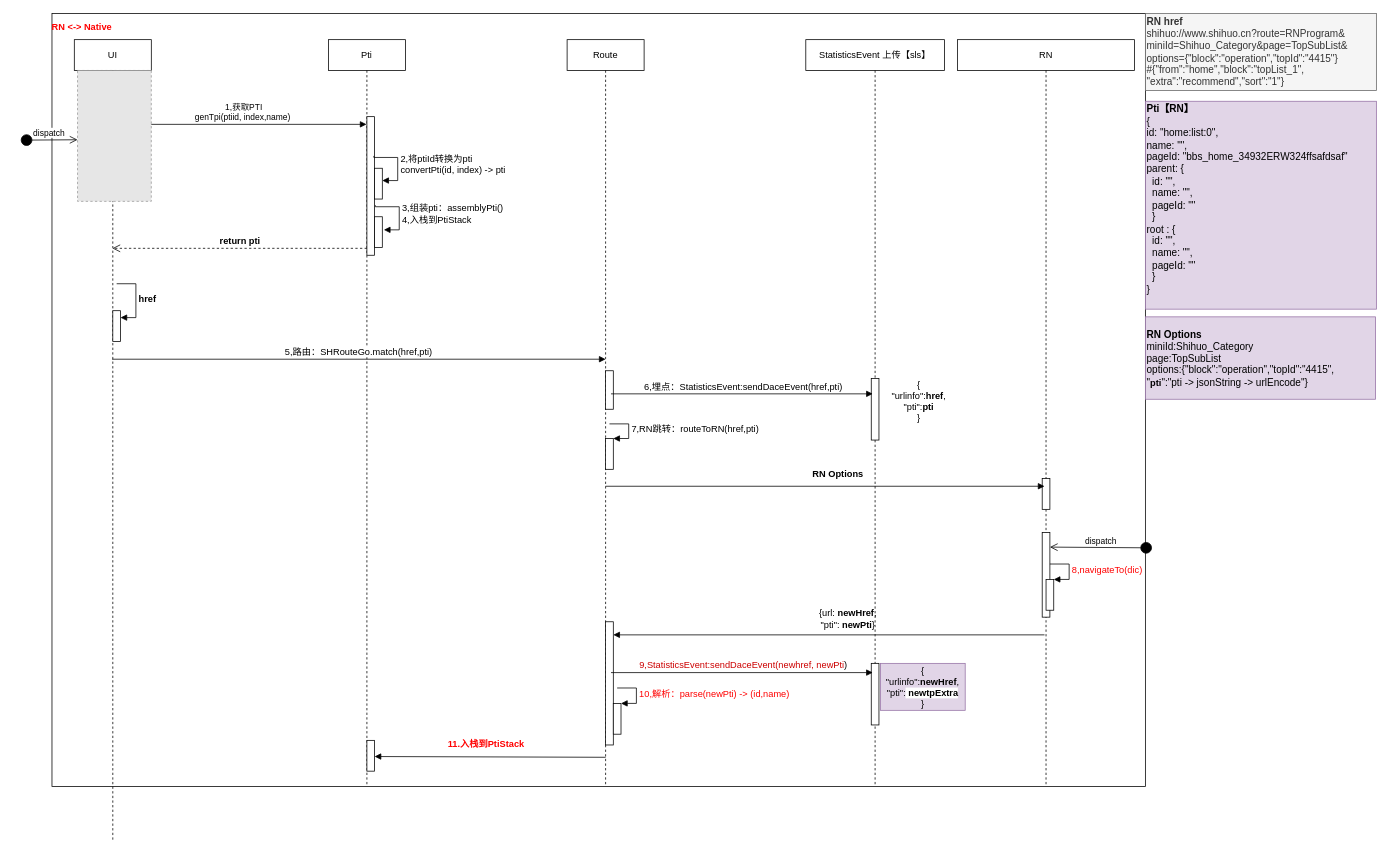
Above: ios客户端埋点方案V2-2.drawio in aiquantong/Hero (draw.io), before the change. Source tidied: cells renumbered, new cells numbered last; positions are measured from the earlier drawing's top-left corner, leaving out a move shared by most shapes. Both pictures are drawn from the tidied source at 77%, with x=0, y=0 at pixel (20, 13). Pictures stored in the file or linked from it are replaced by grey dashed boxes.
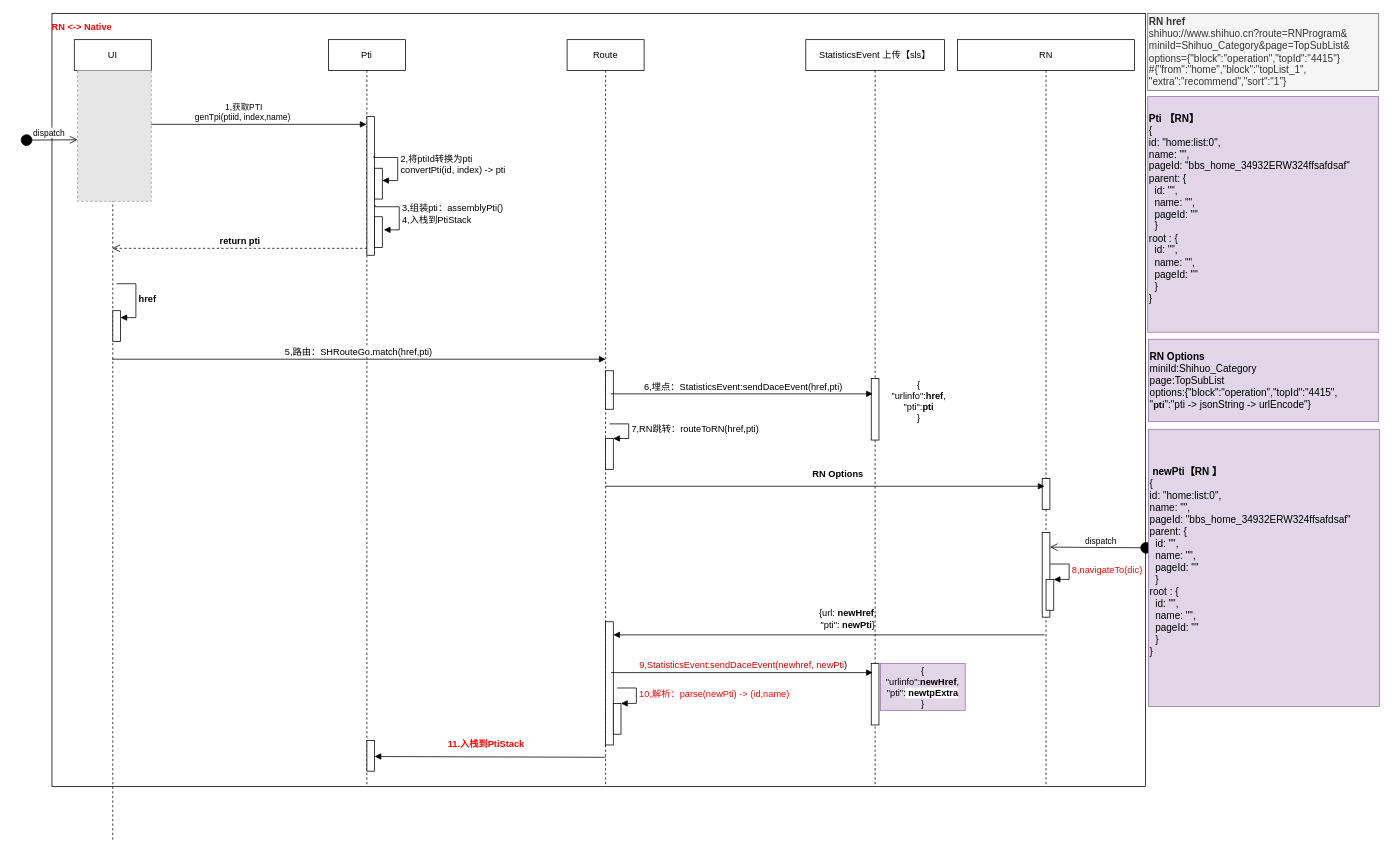
After the change.

Commit message:
Update ios客户端埋点方案V2-2.drawio

Diff of the diagram source:
```diff
@@
     <mxCell id="35" value="&lt;span style=&quot;font-size: 13px&quot;&gt;&lt;b style=&quot;font-size: 13px&quot;&gt;RN Options&lt;/b&gt;&lt;br style=&quot;font-size: 13px&quot;&gt;miniId:Shihuo_Category&lt;/span&gt;&lt;br style=&quot;padding: 0px ; margin: 0px ; font-size: 13px&quot;&gt;&lt;span style=&quot;font-size: 13px&quot;&gt;page:TopSubList&lt;/span&gt;&lt;br style=&quot;padding: 0px ; margin: 0px ; font-size: 13px&quot;&gt;&lt;span style=&quot;font-size: 13px&quot;&gt;options:{&quot;block&quot;:&quot;operation&quot;,&quot;topId&quot;:&quot;4415&quot;,&lt;/span&gt;&lt;br style=&quot;padding: 0px ; margin: 0px ; font-size: 13px&quot;&gt;&quot;&lt;font style=&quot;font-size: 12px&quot;&gt;&lt;b&gt;p&lt;/b&gt;&lt;b&gt;ti&lt;/b&gt;&lt;/font&gt;&lt;span style=&quot;font-size: 13px&quot;&gt;&quot;:&quot;pti -&amp;gt; jsonString -&amp;gt; urlEncode&lt;/span&gt;&lt;span style=&quot;font-size: 13px&quot;&gt;&quot;}&lt;/span&gt;" style="text;html=1;strokeColor=#9673a6;fillColor=#e1d5e7;align=left;verticalAlign=middle;whiteSpace=wrap;rounded=0;fontSize=13;" parent="1" vertex="1">
-      <mxGeometry x="1461" y="394" width="299" height="107" as="geometry" />
+      <mxGeometry x="1465" y="423" width="299" height="107" as="geometry" />
     </mxCell>
@@
     <mxCell id="45" value="&lt;span style=&quot;font-size: 13px;&quot;&gt;&lt;b style=&quot;font-size: 13px;&quot;&gt;RN href&lt;/b&gt;&lt;/span&gt;&lt;br style=&quot;padding: 0px; margin: 0px; font-size: 13px;&quot;&gt;&lt;span style=&quot;font-size: 13px;&quot;&gt;shihuo://www.shihuo.cn?route=RNProgram&amp;amp;&lt;/span&gt;&lt;br style=&quot;padding: 0px; margin: 0px; font-size: 13px;&quot;&gt;&lt;span style=&quot;font-size: 13px;&quot;&gt;miniId=Shihuo_Category&amp;amp;page=TopSubList&amp;amp;&lt;/span&gt;&lt;br style=&quot;padding: 0px; margin: 0px; font-size: 13px;&quot;&gt;&lt;span style=&quot;font-size: 13px;&quot;&gt;options={&quot;block&quot;:&quot;operation&quot;,&quot;topId&quot;:&quot;4415&quot;}&lt;/span&gt;&lt;br style=&quot;padding: 0px; margin: 0px; font-size: 13px;&quot;&gt;&lt;span style=&quot;font-size: 13px;&quot;&gt;#{&quot;from&quot;:&quot;home&quot;,&quot;block&quot;:&quot;topList_1&quot;,&lt;/span&gt;&lt;br style=&quot;padding: 0px; margin: 0px; font-size: 13px;&quot;&gt;&lt;span style=&quot;font-size: 13px;&quot;&gt;&quot;extra&quot;:&quot;recommend&quot;,&quot;sort&quot;:&quot;1&quot;}&lt;/span&gt;" style="rounded=0;whiteSpace=wrap;html=1;align=left;fillColor=#f5f5f5;strokeColor=#666666;fontColor=#333333;fontSize=13;" parent="1" vertex="1">
-      <mxGeometry x="1461" width="300" height="100" as="geometry" />
+      <mxGeometry x="1464" width="300" height="100" as="geometry" />
     </mxCell>
@@
-    <mxCell id="47" value="&lt;font style=&quot;font-size: 13px&quot;&gt;&lt;b&gt;Pti&lt;/b&gt;&lt;b&gt;【RN】&lt;br&gt;&lt;/b&gt;&lt;/font&gt;&lt;div style=&quot;font-size: 13px&quot;&gt;&lt;div&gt;&lt;font style=&quot;font-size: 13px&quot;&gt;{&lt;br&gt;&lt;/font&gt;&lt;/div&gt;&lt;div&gt;&lt;div&gt;&lt;font style=&quot;font-size: 13px&quot;&gt;id: &quot;home:list:0&quot;,&lt;/font&gt;&lt;/div&gt;&lt;div&gt;&lt;font style=&quot;font-size: 13px&quot;&gt;name: &quot;&quot;,&lt;/font&gt;&lt;/div&gt;&lt;div&gt;&lt;font style=&quot;font-size: 13px&quot;&gt;pageId: &quot;bbs_home_34932ERW324ffsafdsaf&quot;&lt;/font&gt;&lt;/div&gt;&lt;div&gt;&lt;font style=&quot;font-size: 13px&quot;&gt;parent: {&lt;/font&gt;&lt;/div&gt;&lt;div&gt;&lt;font style=&quot;font-size: 13px&quot;&gt;&amp;nbsp; id: &quot;&quot;,&lt;/font&gt;&lt;/div&gt;&lt;div&gt;&lt;font style=&quot;font-size: 13px&quot;&gt;&amp;nbsp; name: &quot;&quot;,&lt;/font&gt;&lt;/div&gt;&lt;div&gt;&lt;font style=&quot;font-size: 13px&quot;&gt;&amp;nbsp; pageId: &quot;&quot;&lt;/font&gt;&lt;/div&gt;&lt;div&gt;&lt;font style=&quot;font-size: 13px&quot;&gt;&amp;nbsp; }&lt;/font&gt;&lt;/div&gt;&lt;div&gt;&lt;font style=&quot;font-size: 13px&quot;&gt;root : {&lt;/font&gt;&lt;/div&gt;&lt;div&gt;&lt;div&gt;&lt;font style=&quot;font-size: 13px&quot;&gt;&amp;nbsp; id: &quot;&quot;,&lt;/font&gt;&lt;/div&gt;&lt;div&gt;&lt;font style=&quot;font-size: 13px&quot;&gt;&amp;nbsp; name: &quot;&quot;,&lt;/font&gt;&lt;/div&gt;&lt;div&gt;&lt;font style=&quot;font-size: 13px&quot;&gt;&amp;nbsp; pageId: &quot;&quot;&lt;/font&gt;&lt;/div&gt;&lt;/div&gt;&lt;div&gt;&lt;font style=&quot;font-size: 13px&quot;&gt;&amp;nbsp; }&lt;/font&gt;&lt;/div&gt;&lt;div&gt;&lt;font style=&quot;font-size: 13px&quot;&gt;}&lt;/font&gt;&lt;/div&gt;&lt;/div&gt;&lt;div&gt;&lt;br&gt;&lt;/div&gt;&lt;/div&gt;" style="text;html=1;strokeColor=#9673a6;fillColor=#e1d5e7;align=left;verticalAlign=middle;whiteSpace=wrap;rounded=0;fontSize=12;" parent="1" vertex="1">
-      <mxGeometry x="1461" y="114" width="300" height="270" as="geometry" />
+    <mxCell id="47" value="&lt;font style=&quot;font-size: 13px&quot;&gt;&lt;b&gt;Pti 【RN】&lt;/b&gt;&lt;b&gt;&lt;br&gt;&lt;/b&gt;&lt;/font&gt;&lt;div style=&quot;font-size: 13px&quot;&gt;&lt;div&gt;&lt;font style=&quot;font-size: 13px&quot;&gt;{&lt;br&gt;&lt;/font&gt;&lt;/div&gt;&lt;div&gt;&lt;div&gt;&lt;font style=&quot;font-size: 13px&quot;&gt;id: &quot;home:list:0&quot;,&lt;/font&gt;&lt;/div&gt;&lt;div&gt;&lt;font style=&quot;font-size: 13px&quot;&gt;name: &quot;&quot;,&lt;/font&gt;&lt;/div&gt;&lt;div&gt;&lt;font style=&quot;font-size: 13px&quot;&gt;pageId: &quot;bbs_home_34932ERW324ffsafdsaf&quot;&lt;/font&gt;&lt;/div&gt;&lt;div&gt;&lt;font style=&quot;font-size: 13px&quot;&gt;parent: {&lt;/font&gt;&lt;/div&gt;&lt;div&gt;&lt;font style=&quot;font-size: 13px&quot;&gt;&amp;nbsp; id: &quot;&quot;,&lt;/font&gt;&lt;/div&gt;&lt;div&gt;&lt;font style=&quot;font-size: 13px&quot;&gt;&amp;nbsp; name: &quot;&quot;,&lt;/font&gt;&lt;/div&gt;&lt;div&gt;&lt;font style=&quot;font-size: 13px&quot;&gt;&amp;nbsp; pageId: &quot;&quot;&lt;/font&gt;&lt;/div&gt;&lt;div&gt;&lt;font style=&quot;font-size: 13px&quot;&gt;&amp;nbsp; }&lt;/font&gt;&lt;/div&gt;&lt;div&gt;&lt;font style=&quot;font-size: 13px&quot;&gt;root : {&lt;/font&gt;&lt;/div&gt;&lt;div&gt;&lt;div&gt;&lt;font style=&quot;font-size: 13px&quot;&gt;&amp;nbsp; id: &quot;&quot;,&lt;/font&gt;&lt;/div&gt;&lt;div&gt;&lt;font style=&quot;font-size: 13px&quot;&gt;&amp;nbsp; name: &quot;&quot;,&lt;/font&gt;&lt;/div&gt;&lt;div&gt;&lt;font style=&quot;font-size: 13px&quot;&gt;&amp;nbsp; pageId: &quot;&quot;&lt;/font&gt;&lt;/div&gt;&lt;/div&gt;&lt;div&gt;&lt;font style=&quot;font-size: 13px&quot;&gt;&amp;nbsp; }&lt;/font&gt;&lt;/div&gt;&lt;div&gt;&lt;font style=&quot;font-size: 13px&quot;&gt;}&lt;/font&gt;&lt;/div&gt;&lt;/div&gt;&lt;div&gt;&lt;br&gt;&lt;/div&gt;&lt;/div&gt;" style="text;html=1;strokeColor=#9673a6;fillColor=#e1d5e7;align=left;verticalAlign=middle;whiteSpace=wrap;rounded=0;fontSize=12;" parent="1" vertex="1">
+      <mxGeometry x="1464" y="108" width="300" height="306" as="geometry" />
     </mxCell>
+    <mxCell id="48" value="&lt;font style=&quot;font-size: 13px&quot;&gt;&lt;b&gt;&amp;nbsp;newPti【RN 】&lt;/b&gt;&lt;b&gt;&lt;br&gt;&lt;/b&gt;&lt;/font&gt;&lt;div style=&quot;font-size: 13px&quot;&gt;&lt;div&gt;&lt;font style=&quot;font-size: 13px&quot;&gt;{&lt;br&gt;&lt;/font&gt;&lt;/div&gt;&lt;div&gt;&lt;div&gt;&lt;font style=&quot;font-size: 13px&quot;&gt;id: &quot;home:list:0&quot;,&lt;/font&gt;&lt;/div&gt;&lt;div&gt;&lt;font style=&quot;font-size: 13px&quot;&gt;name: &quot;&quot;,&lt;/font&gt;&lt;/div&gt;&lt;div&gt;&lt;font style=&quot;font-size: 13px&quot;&gt;pageId: &quot;bbs_home_34932ERW324ffsafdsaf&quot;&lt;/font&gt;&lt;/div&gt;&lt;div&gt;&lt;font style=&quot;font-size: 13px&quot;&gt;parent: {&lt;/font&gt;&lt;/div&gt;&lt;div&gt;&lt;font style=&quot;font-size: 13px&quot;&gt;&amp;nbsp; id: &quot;&quot;,&lt;/font&gt;&lt;/div&gt;&lt;div&gt;&lt;font style=&quot;font-size: 13px&quot;&gt;&amp;nbsp; name: &quot;&quot;,&lt;/font&gt;&lt;/div&gt;&lt;div&gt;&lt;font style=&quot;font-size: 13px&quot;&gt;&amp;nbsp; pageId: &quot;&quot;&lt;/font&gt;&lt;/div&gt;&lt;div&gt;&lt;font style=&quot;font-size: 13px&quot;&gt;&amp;nbsp; }&lt;/font&gt;&lt;/div&gt;&lt;div&gt;&lt;font style=&quot;font-size: 13px&quot;&gt;root : {&lt;/font&gt;&lt;/div&gt;&lt;div&gt;&lt;div&gt;&lt;font style=&quot;font-size: 13px&quot;&gt;&amp;nbsp; id: &quot;&quot;,&lt;/font&gt;&lt;/div&gt;&lt;div&gt;&lt;font style=&quot;font-size: 13px&quot;&gt;&amp;nbsp; name: &quot;&quot;,&lt;/font&gt;&lt;/div&gt;&lt;div&gt;&lt;font style=&quot;font-size: 13px&quot;&gt;&amp;nbsp; pageId: &quot;&quot;&lt;/font&gt;&lt;/div&gt;&lt;/div&gt;&lt;div&gt;&lt;font style=&quot;font-size: 13px&quot;&gt;&amp;nbsp; }&lt;/font&gt;&lt;/div&gt;&lt;div&gt;&lt;font style=&quot;font-size: 13px&quot;&gt;}&lt;/font&gt;&lt;/div&gt;&lt;/div&gt;&lt;div&gt;&lt;br&gt;&lt;/div&gt;&lt;/div&gt;" style="text;html=1;strokeColor=#9673a6;fillColor=#e1d5e7;align=left;verticalAlign=middle;whiteSpace=wrap;rounded=0;fontSize=12;" parent="1" vertex="1">
+      <mxGeometry x="1465" y="540" width="300" height="360" as="geometry" />
+    </mxCell>
```
